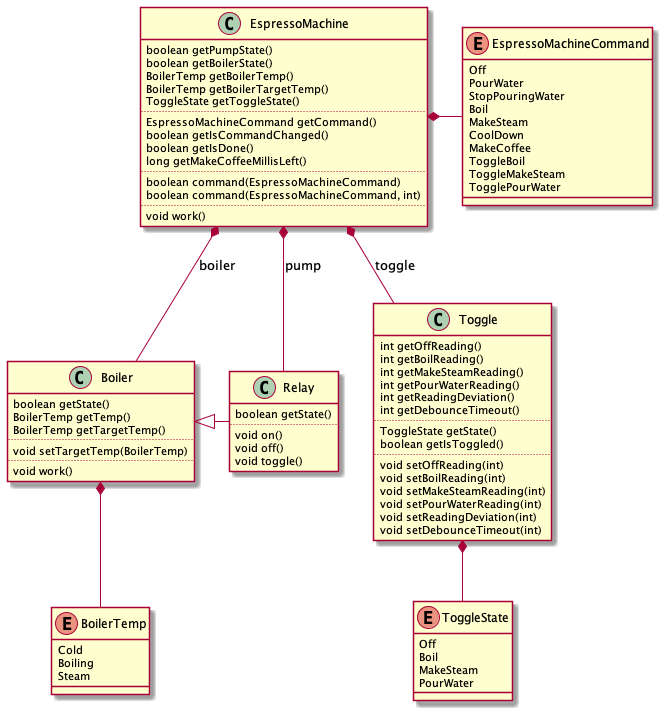
loginov-rocks/Connected-Espresso-Machine keeps this PlantUML diagram as docs/Firmware/Class-Diagram.png. Above is the earlier version.
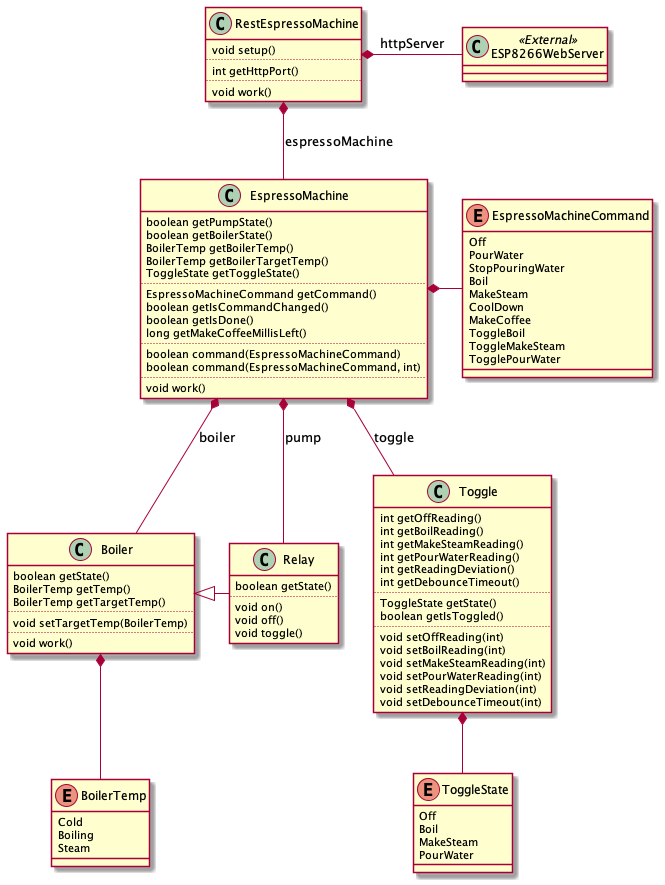
Later version of the same file.

Change to the diagram source:
```diff
@@ -81,6 +81,16 @@
     void work()
 }
 
+class RestEspressoMachine {
+    void setup()
+    ..
+    int getHttpPort()
+    ..
+    void work()
+}
+
+class ESP8266WebServer <<External>>
+
 Boiler <|- Relay
 Boiler *-- BoilerTemp
 
@@ -92,4 +102,7 @@
 EspressoMachine *-- Boiler: boiler
 EspressoMachine *-- Toggle: toggle
 
+RestEspressoMachine *-- EspressoMachine: espressoMachine
+RestEspressoMachine *- ESP8266WebServer: httpServer
+
 @enduml
```
